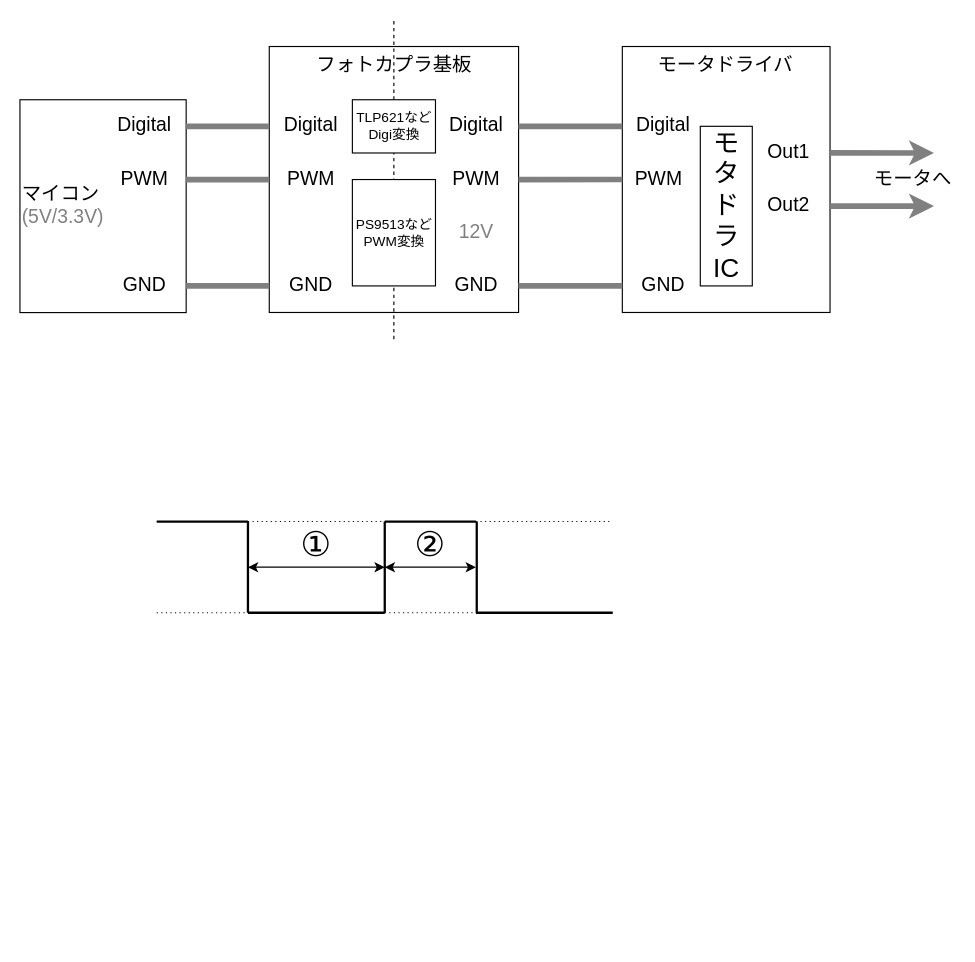
Earlier version of the draw.io diagram src/resources/BasicContents/motor/motor_road.drawio (s2301089/Control_General). Source tidied: cells renumbered, new cells numbered last; positions are measured from the earlier drawing's top-left corner, leaving out a move shared by most shapes. Both pictures are drawn from the tidied source at 114%, with x=0, y=0 at pixel (19, 19).
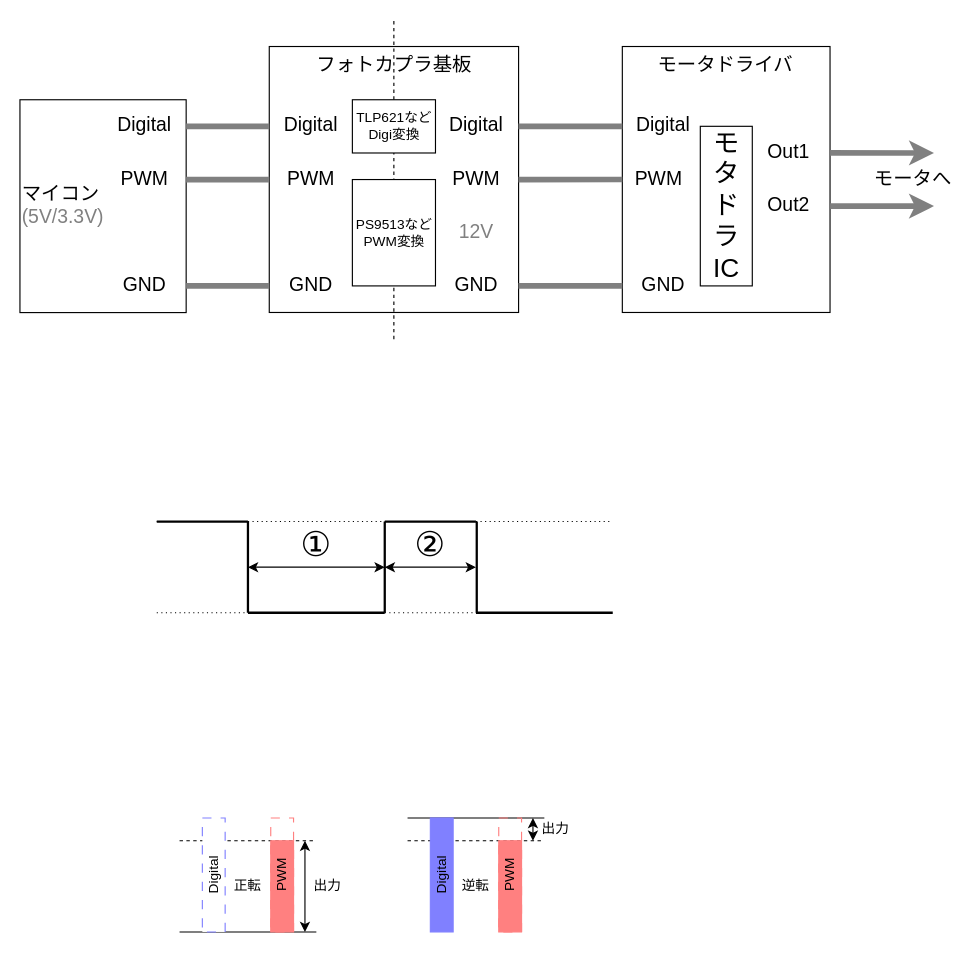
Above is the later version.

What changed in the source:
```diff
@@
+    <mxCell id="46" style="endArrow=none;dashed=1;html=1;rounded=0;" parent="1" edge="1">
+      <mxGeometry relative="1" as="geometry">
+        <mxPoint x="340" y="720" as="sourcePoint" />
+        <mxPoint x="460" y="720" as="targetPoint" />
+      </mxGeometry>
+    </mxCell>
+    <mxCell id="47" style="endArrow=none;html=1;rounded=0;" parent="1" edge="1">
+      <mxGeometry relative="1" as="geometry">
+        <mxPoint x="340" y="700" as="sourcePoint" />
+        <mxPoint x="460" y="700" as="targetPoint" />
+      </mxGeometry>
+    </mxCell>
@@
+    <mxCell id="48" value="Digital" style="rounded=0;whiteSpace=wrap;html=1;strokeColor=#8080FF;fillColor=#8080FF;horizontal=0;verticalAlign=middle;" parent="1" vertex="1">
+      <mxGeometry x="360" y="700" width="20" height="100" as="geometry" />
+    </mxCell>
+    <mxCell id="49" value="PWM" style="rounded=0;whiteSpace=wrap;html=1;strokeColor=#FF8080;fillColor=light-dark(#ff8080, #ededed);horizontal=0;direction=east;fontColor=none;noLabel=1;" parent="1" vertex="1">
+      <mxGeometry x="420" y="720" width="20" height="80" as="geometry" />
+    </mxCell>
+    <mxCell id="50" value="PWM" style="rounded=0;whiteSpace=wrap;html=1;strokeColor=#FF8080;fillColor=none;horizontal=0;direction=east;dashed=1;dashPattern=8 8;" parent="1" vertex="1">
+      <mxGeometry x="420" y="700" width="20" height="100" as="geometry" />
+    </mxCell>
+    <mxCell id="51" style="endArrow=classic;startArrow=classic;html=1;rounded=0;" parent="1" edge="1">
+      <mxGeometry relative="1" as="geometry">
+        <mxPoint x="450" y="720" as="sourcePoint" />
+        <mxPoint x="450" y="700" as="targetPoint" />
+      </mxGeometry>
+    </mxCell>
+    <mxCell id="52" value="逆転" style="text;html=1;align=center;verticalAlign=middle;whiteSpace=wrap;rounded=0;" parent="1" vertex="1">
+      <mxGeometry x="380" y="750" width="40" height="20" as="geometry" />
+    </mxCell>
+    <mxCell id="53" value="出力" style="text;html=1;align=center;verticalAlign=middle;whiteSpace=wrap;rounded=0;" parent="1" vertex="1">
+      <mxGeometry x="450" y="700" width="40" height="20" as="geometry" />
+    </mxCell>
+    <mxCell id="54" style="endArrow=none;html=1;rounded=0;" parent="1" edge="1">
+      <mxGeometry relative="1" as="geometry">
+        <mxPoint x="140" y="800" as="sourcePoint" />
+        <mxPoint x="260" y="800" as="targetPoint" />
+      </mxGeometry>
+    </mxCell>
+    <mxCell id="55" style="endArrow=none;dashed=1;html=1;rounded=0;" parent="1" edge="1">
+      <mxGeometry relative="1" as="geometry">
+        <mxPoint x="140" y="720" as="sourcePoint" />
+        <mxPoint x="260" y="720" as="targetPoint" />
+      </mxGeometry>
+    </mxCell>
+    <mxCell id="56" value="Digital" style="rounded=0;whiteSpace=wrap;html=1;strokeColor=#8080FF;fillColor=default;horizontal=0;verticalAlign=middle;dashed=1;dashPattern=8 8;" parent="1" vertex="1">
+      <mxGeometry x="160" y="700" width="20" height="100" as="geometry" />
+    </mxCell>
+    <mxCell id="57" value="PWM" style="rounded=0;whiteSpace=wrap;html=1;strokeColor=#FF8080;fillColor=light-dark(#ff8080, #ededed);horizontal=0;direction=east;fontColor=none;noLabel=1;" parent="1" vertex="1">
+      <mxGeometry x="220" y="720" width="20" height="80" as="geometry" />
+    </mxCell>
+    <mxCell id="58" value="PWM" style="rounded=0;whiteSpace=wrap;html=1;strokeColor=#FF8080;fillColor=none;horizontal=0;direction=east;dashed=1;dashPattern=8 8;" parent="1" vertex="1">
+      <mxGeometry x="220" y="700" width="20" height="100" as="geometry" />
+    </mxCell>
+    <mxCell id="59" style="endArrow=classic;startArrow=classic;html=1;rounded=0;" parent="1" edge="1">
+      <mxGeometry relative="1" as="geometry">
+        <mxPoint x="250" y="800" as="sourcePoint" />
+        <mxPoint x="250" y="720" as="targetPoint" />
+      </mxGeometry>
+    </mxCell>
+    <mxCell id="60" value="正転" style="text;html=1;align=center;verticalAlign=middle;whiteSpace=wrap;rounded=0;" parent="1" vertex="1">
+      <mxGeometry x="180" y="750" width="40" height="20" as="geometry" />
+    </mxCell>
+    <mxCell id="61" value="出力" style="text;html=1;align=center;verticalAlign=middle;whiteSpace=wrap;rounded=0;" parent="1" vertex="1">
+      <mxGeometry x="250" y="750" width="40" height="20" as="geometry" />
+    </mxCell>
```
